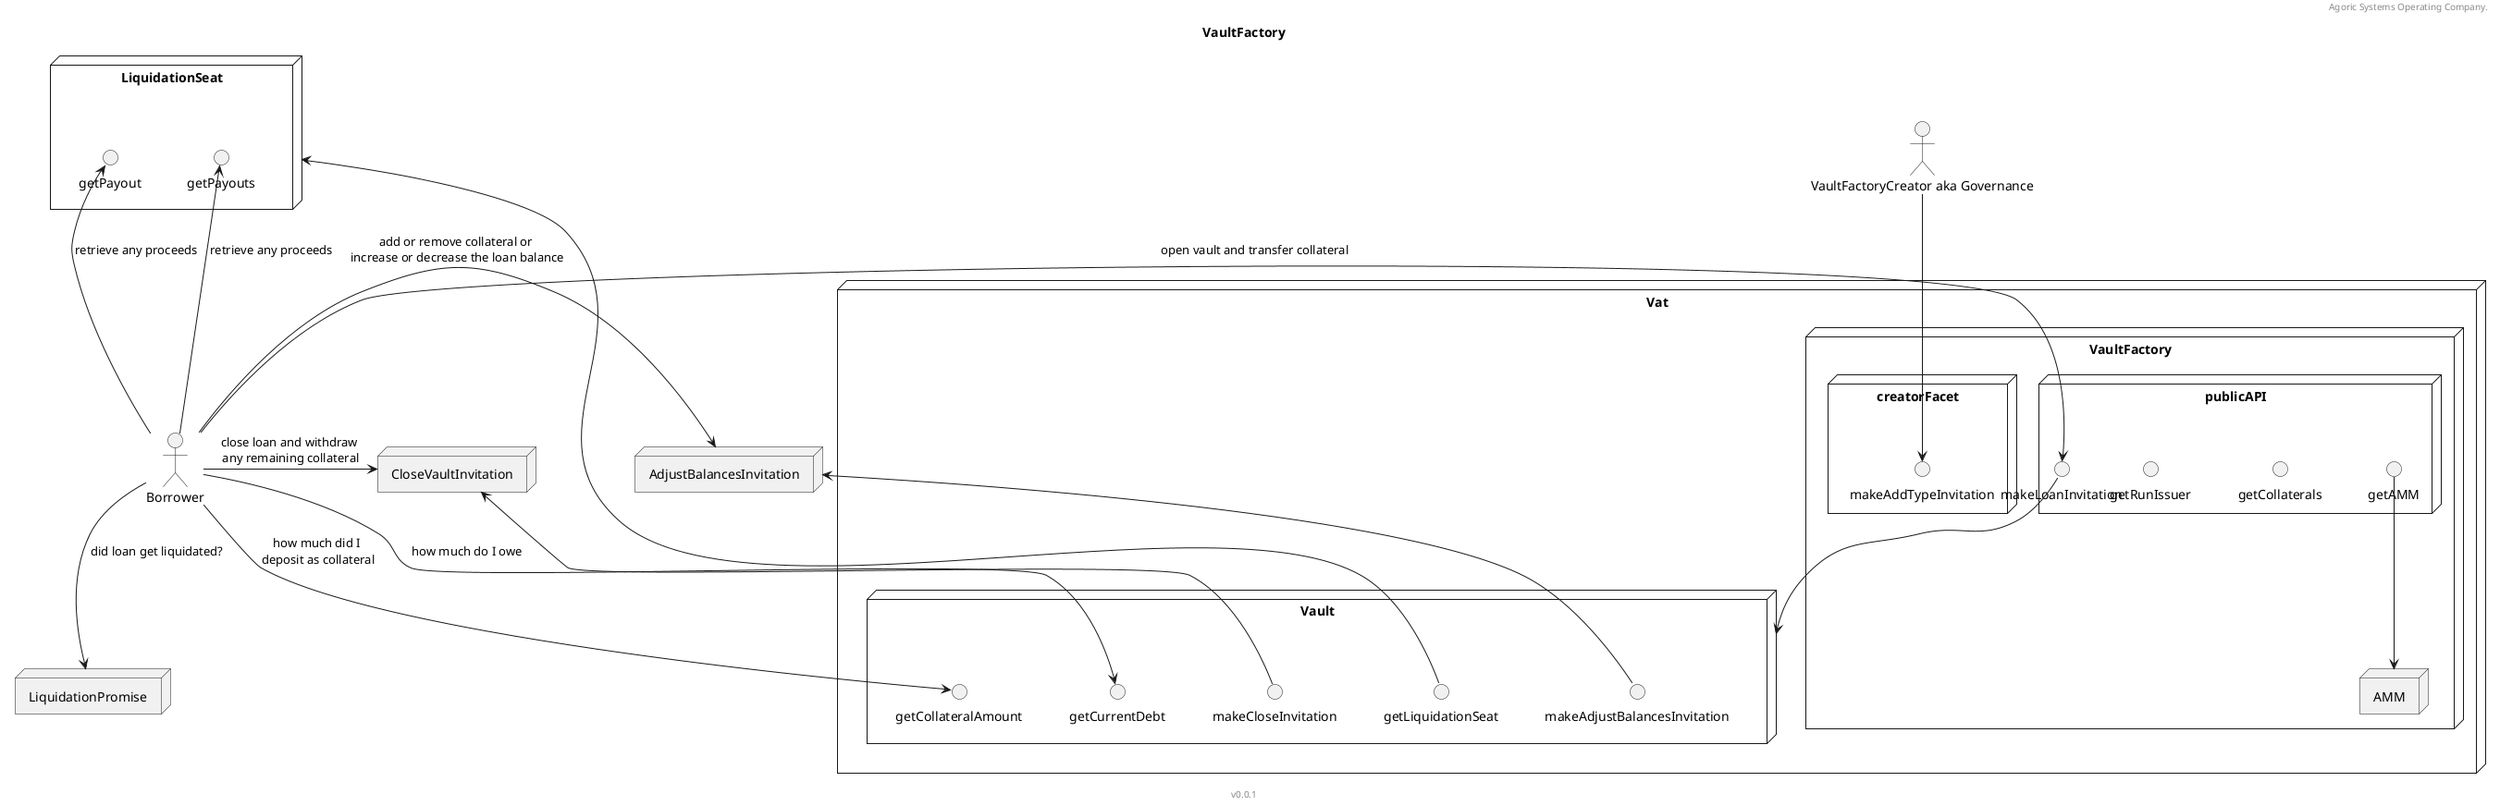
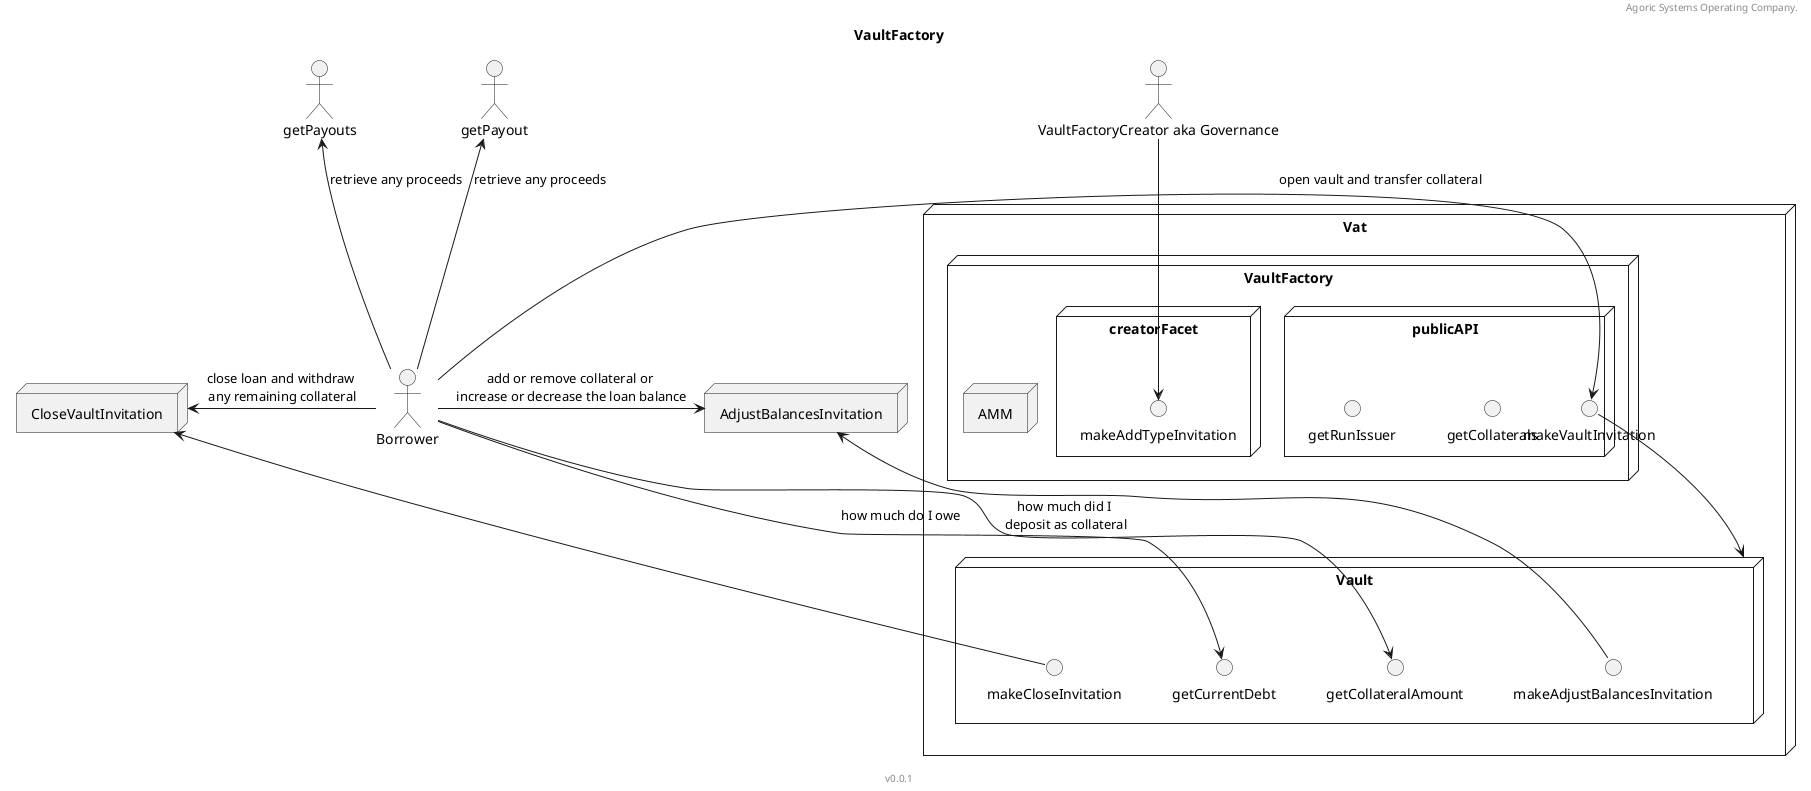
- @startuml
+ @startuml VaultFactory
header Agoric Systems Operating Company.
footer v0.0.1
title VaultFactory

skinparam componentStyle rectangle
skinparam defaultTextAlignment center


actor "VaultFactoryCreator aka Governance" as vfc

actor Borrower

node AdjustBalancesInvitation
node "CloseVaultInvitation"
- node LiquidationPromise
- node LiquidationSeat {
-     circle getPayout
-     circle getPayouts
- }
+ 
node "Vat" {
    node VaultFactory {
        node AMM
        node "publicAPI" {
            circle getCollaterals
-             circle makeLoanInvitation
+             circle makeVaultInvitation
            circle getRunIssuer
-             circle getAMM
-             getAMM -d-> AMM
        }
        node "creatorFacet" {
            circle makeAddTypeInvitation
        }
    }
    node "Vault" {
        circle makeCloseInvitation
        makeCloseInvitation -u-> CloseVaultInvitation
        circle makeAdjustBalancesInvitation
        makeAdjustBalancesInvitation -u-> AdjustBalancesInvitation
        circle getCollateralAmount
        circle getCurrentDebt
-         circle getLiquidationSeat
-         getLiquidationSeat -u-> LiquidationSeat
    }
}
- Borrower -> makeLoanInvitation: open vault and transfer collateral
- makeLoanInvitation -d-> Vault
+ Borrower -> makeVaultInvitation: open vault and transfer collateral
+ makeVaultInvitation -d-> Vault
Borrower -u-> getPayout: retrieve any proceeds
Borrower -u-> getPayouts: retrieve any proceeds
- Borrower -d-> LiquidationPromise: did loan get liquidated?
Borrower -> AdjustBalancesInvitation: add or remove collateral or \nincrease or decrease the loan balance
Borrower -l-> CloseVaultInvitation: close loan and withdraw \nany remaining collateral
vfc -d-> makeAddTypeInvitation
Borrower -d-> getCurrentDebt: how much do I owe
Borrower -d-> getCollateralAmount: how much did I \ndeposit as collateral

@enduml